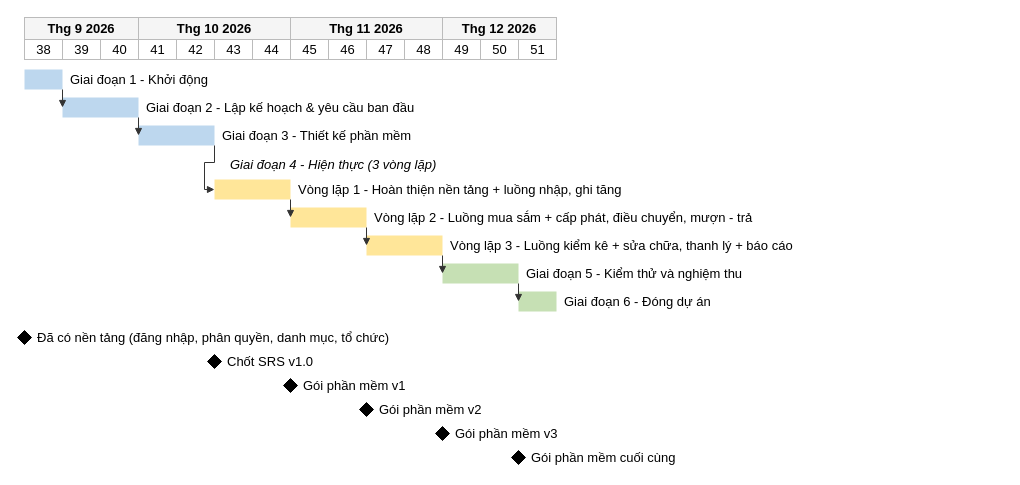
This is docs/VN/diagram/Report 2/Tien do du an/Tien do du an.drawio from LuuDong2004/SEP490_G123_SFEMS, a draw.io file, before an edit. Source tidied: cells renumbered, new cells numbered last; positions are measured from the earlier drawing's top-left corner, leaving out a move shared by most shapes. Both pictures are drawn from the tidied source at 100%, with x=0, y=0 at pixel (17, 17).
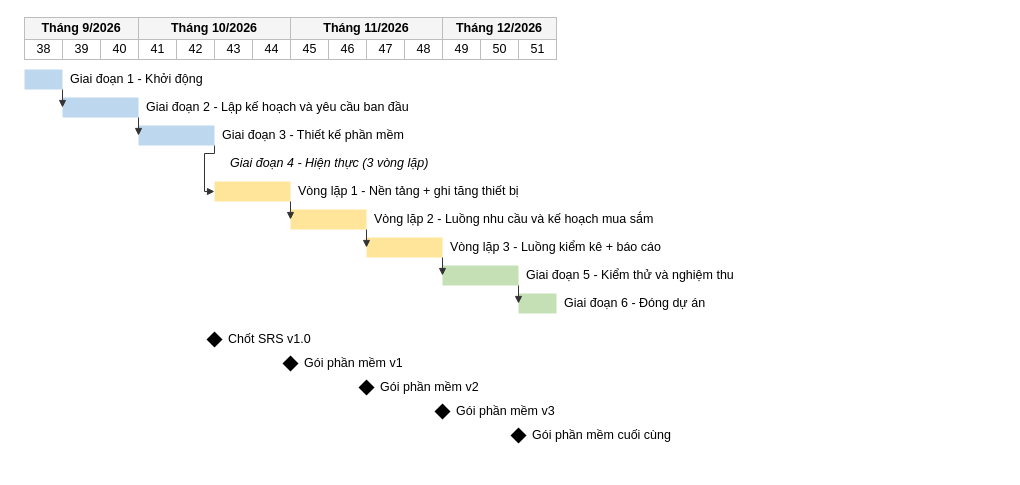
Above is the later version.

Unchanged cells that the change refers to:
```xml
<mxCell id="20" style="rounded=0;fillColor=#BDD7EE;strokeColor=none;" parent="1" vertex="1">
  <mxGeometry x="7" y="52" width="38" height="20" as="geometry" />
</mxCell>
<mxCell id="22" style="rounded=0;fillColor=#BDD7EE;strokeColor=none;" parent="1" vertex="1">
  <mxGeometry x="45" y="80" width="76" height="20" as="geometry" />
</mxCell>
<mxCell id="25" style="rounded=0;fillColor=#BDD7EE;strokeColor=none;" parent="1" vertex="1">
  <mxGeometry x="121" y="108" width="76" height="20" as="geometry" />
</mxCell>
```

What changed in the source:
```diff
@@
-    <mxCell id="2" value="Thg 9 2026" style="rounded=0;whiteSpace=wrap;fillColor=#F5F5F5;strokeColor=#BBBBBB;fontStyle=1;fontFamily=Arial;fontSize=13;html=1;" parent="1" vertex="1">
+    <mxCell id="2" value="Tháng 9/2026" style="rounded=0;whiteSpace=wrap;fillColor=#F5F5F5;strokeColor=#BDBDBD;fontStyle=1;fontFamily=Arial;fontSize=12.5;html=1;" parent="1" vertex="1">
       <mxGeometry x="7" width="114" height="22" as="geometry" />
     </mxCell>
-    <mxCell id="3" value="Thg 10 2026" style="rounded=0;whiteSpace=wrap;fillColor=#F5F5F5;strokeColor=#BBBBBB;fontStyle=1;fontFamily=Arial;fontSize=13;html=1;" parent="1" vertex="1">
+    <mxCell id="3" value="Tháng 10/2026" style="rounded=0;whiteSpace=wrap;fillColor=#F5F5F5;strokeColor=#BDBDBD;fontStyle=1;fontFamily=Arial;fontSize=12.5;html=1;" parent="1" vertex="1">
       <mxGeometry x="121" width="152" height="22" as="geometry" />
     </mxCell>
-    <mxCell id="4" value="Thg 11 2026" style="rounded=0;whiteSpace=wrap;fillColor=#F5F5F5;strokeColor=#BBBBBB;fontStyle=1;fontFamily=Arial;fontSize=13;html=1;" parent="1" vertex="1">
+    <mxCell id="4" value="Tháng 11/2026" style="rounded=0;whiteSpace=wrap;fillColor=#F5F5F5;strokeColor=#BDBDBD;fontStyle=1;fontFamily=Arial;fontSize=12.5;html=1;" parent="1" vertex="1">
       <mxGeometry x="273" width="152" height="22" as="geometry" />
     </mxCell>
-    <mxCell id="5" value="Thg 12 2026" style="rounded=0;whiteSpace=wrap;fillColor=#F5F5F5;strokeColor=#BBBBBB;fontStyle=1;fontFamily=Arial;fontSize=13;html=1;" parent="1" vertex="1">
+    <mxCell id="5" value="Tháng 12/2026" style="rounded=0;whiteSpace=wrap;fillColor=#F5F5F5;strokeColor=#BDBDBD;fontStyle=1;fontFamily=Arial;fontSize=12.5;html=1;" parent="1" vertex="1">
       <mxGeometry x="425" width="114" height="22" as="geometry" />
     </mxCell>
-    <mxCell id="6" value="38" style="rounded=0;fillColor=#FFFFFF;strokeColor=#BBBBBB;fontFamily=Arial;fontSize=13;html=1;" parent="1" vertex="1">
+    <mxCell id="6" value="38" style="rounded=0;fillColor=#FFFFFF;strokeColor=#BDBDBD;fontFamily=Arial;fontSize=12.5;html=1;" parent="1" vertex="1">
       <mxGeometry x="7" y="22" width="38" height="20" as="geometry" />
     </mxCell>
-    <mxCell id="7" value="39" style="rounded=0;fillColor=#FFFFFF;strokeColor=#BBBBBB;fontFamily=Arial;fontSize=13;html=1;" parent="1" vertex="1">
+    <mxCell id="7" value="39" style="rounded=0;fillColor=#FFFFFF;strokeColor=#BDBDBD;fontFamily=Arial;fontSize=12.5;html=1;" parent="1" vertex="1">
       <mxGeometry x="45" y="22" width="38" height="20" as="geometry" />
     </mxCell>
-    <mxCell id="8" value="40" style="rounded=0;fillColor=#FFFFFF;strokeColor=#BBBBBB;fontFamily=Arial;fontSize=13;html=1;" parent="1" vertex="1">
+    <mxCell id="8" value="40" style="rounded=0;fillColor=#FFFFFF;strokeColor=#BDBDBD;fontFamily=Arial;fontSize=12.5;html=1;" parent="1" vertex="1">
       <mxGeometry x="83" y="22" width="38" height="20" as="geometry" />
     </mxCell>
-    <mxCell id="9" value="41" style="rounded=0;fillColor=#FFFFFF;strokeColor=#BBBBBB;fontFamily=Arial;fontSize=13;html=1;" parent="1" vertex="1">
+    <mxCell id="9" value="41" style="rounded=0;fillColor=#FFFFFF;strokeColor=#BDBDBD;fontFamily=Arial;fontSize=12.5;html=1;" parent="1" vertex="1">
       <mxGeometry x="121" y="22" width="38" height="20" as="geometry" />
     </mxCell>
-    <mxCell id="10" value="42" style="rounded=0;fillColor=#FFFFFF;strokeColor=#BBBBBB;fontFamily=Arial;fontSize=13;html=1;" parent="1" vertex="1">
+    <mxCell id="10" value="42" style="rounded=0;fillColor=#FFFFFF;strokeColor=#BDBDBD;fontFamily=Arial;fontSize=12.5;html=1;" parent="1" vertex="1">
       <mxGeometry x="159" y="22" width="38" height="20" as="geometry" />
     </mxCell>
-    <mxCell id="11" value="43" style="rounded=0;fillColor=#FFFFFF;strokeColor=#BBBBBB;fontFamily=Arial;fontSize=13;html=1;" parent="1" vertex="1">
+    <mxCell id="11" value="43" style="rounded=0;fillColor=#FFFFFF;strokeColor=#BDBDBD;fontFamily=Arial;fontSize=12.5;html=1;" parent="1" vertex="1">
       <mxGeometry x="197" y="22" width="38" height="20" as="geometry" />
     </mxCell>
-    <mxCell id="12" value="44" style="rounded=0;fillColor=#FFFFFF;strokeColor=#BBBBBB;fontFamily=Arial;fontSize=13;html=1;" parent="1" vertex="1">
+    <mxCell id="12" value="44" style="rounded=0;fillColor=#FFFFFF;strokeColor=#BDBDBD;fontFamily=Arial;fontSize=12.5;html=1;" parent="1" vertex="1">
       <mxGeometry x="235" y="22" width="38" height="20" as="geometry" />
     </mxCell>
-    <mxCell id="13" value="45" style="rounded=0;fillColor=#FFFFFF;strokeColor=#BBBBBB;fontFamily=Arial;fontSize=13;html=1;" parent="1" vertex="1">
+    <mxCell id="13" value="45" style="rounded=0;fillColor=#FFFFFF;strokeColor=#BDBDBD;fontFamily=Arial;fontSize=12.5;html=1;" parent="1" vertex="1">
       <mxGeometry x="273" y="22" width="38" height="20" as="geometry" />
     </mxCell>
-    <mxCell id="14" value="46" style="rounded=0;fillColor=#FFFFFF;strokeColor=#BBBBBB;fontFamily=Arial;fontSize=13;html=1;" parent="1" vertex="1">
+    <mxCell id="14" value="46" style="rounded=0;fillColor=#FFFFFF;strokeColor=#BDBDBD;fontFamily=Arial;fontSize=12.5;html=1;" parent="1" vertex="1">
       <mxGeometry x="311" y="22" width="38" height="20" as="geometry" />
     </mxCell>
-    <mxCell id="15" value="47" style="rounded=0;fillColor=#FFFFFF;strokeColor=#BBBBBB;fontFamily=Arial;fontSize=13;html=1;" parent="1" vertex="1">
+    <mxCell id="15" value="47" style="rounded=0;fillColor=#FFFFFF;strokeColor=#BDBDBD;fontFamily=Arial;fontSize=12.5;html=1;" parent="1" vertex="1">
       <mxGeometry x="349" y="22" width="38" height="20" as="geometry" />
     </mxCell>
-    <mxCell id="16" value="48" style="rounded=0;fillColor=#FFFFFF;strokeColor=#BBBBBB;fontFamily=Arial;fontSize=13;html=1;" parent="1" vertex="1">
+    <mxCell id="16" value="48" style="rounded=0;fillColor=#FFFFFF;strokeColor=#BDBDBD;fontFamily=Arial;fontSize=12.5;html=1;" parent="1" vertex="1">
       <mxGeometry x="387" y="22" width="38" height="20" as="geometry" />
     </mxCell>
-    <mxCell id="17" value="49" style="rounded=0;fillColor=#FFFFFF;strokeColor=#BBBBBB;fontFamily=Arial;fontSize=13;html=1;" parent="1" vertex="1">
+    <mxCell id="17" value="49" style="rounded=0;fillColor=#FFFFFF;strokeColor=#BDBDBD;fontFamily=Arial;fontSize=12.5;html=1;" parent="1" vertex="1">
       <mxGeometry x="425" y="22" width="38" height="20" as="geometry" />
     </mxCell>
-    <mxCell id="18" value="50" style="rounded=0;fillColor=#FFFFFF;strokeColor=#BBBBBB;fontFamily=Arial;fontSize=13;html=1;" parent="1" vertex="1">
+    <mxCell id="18" value="50" style="rounded=0;fillColor=#FFFFFF;strokeColor=#BDBDBD;fontFamily=Arial;fontSize=12.5;html=1;" parent="1" vertex="1">
       <mxGeometry x="463" y="22" width="38" height="20" as="geometry" />
     </mxCell>
-    <mxCell id="19" value="51" style="rounded=0;fillColor=#FFFFFF;strokeColor=#BBBBBB;fontFamily=Arial;fontSize=13;html=1;" parent="1" vertex="1">
+    <mxCell id="19" value="51" style="rounded=0;fillColor=#FFFFFF;strokeColor=#BDBDBD;fontFamily=Arial;fontSize=12.5;html=1;" parent="1" vertex="1">
       <mxGeometry x="501" y="22" width="38" height="20" as="geometry" />
     </mxCell>
@@
-    <mxCell id="21" value="Giai đoạn 1 - Khởi động" style="text;align=left;verticalAlign=middle;fontFamily=Arial;fontSize=13;html=1;" parent="1" vertex="1">
-      <mxGeometry x="51" y="52" width="420" height="20" as="geometry" />
+    <mxCell id="21" value="Giai đoạn 1 - Khởi động" style="text;align=left;verticalAlign=middle;spacingLeft=0;fontFamily=Arial;fontSize=12.5;html=1;" parent="1" vertex="1">
+      <mxGeometry x="51" y="52" width="440" height="20" as="geometry" />
     </mxCell>
@@
-    <mxCell id="23" value="Giai đoạn 2 - Lập kế hoạch &amp; yêu cầu ban đầu" style="text;align=left;verticalAlign=middle;fontFamily=Arial;fontSize=13;html=1;" parent="1" vertex="1">
-      <mxGeometry x="127" y="80" width="420" height="20" as="geometry" />
+    <mxCell id="23" value="Giai đoạn 2 - Lập kế hoạch và yêu cầu ban đầu" style="text;align=left;verticalAlign=middle;spacingLeft=0;fontFamily=Arial;fontSize=12.5;html=1;" parent="1" vertex="1">
+      <mxGeometry x="127" y="80" width="440" height="20" as="geometry" />
     </mxCell>
-    <mxCell id="24" style="edgeStyle=orthogonalEdgeStyle;rounded=0;endArrow=block;endSize=5;strokeColor=#333333;exitX=1;exitY=1;entryX=0;entryY=0.5;" parent="1" edge="1" source="20" target="22">
+    <mxCell id="24" style="edgeStyle=orthogonalEdgeStyle;rounded=0;endArrow=block;endFill=1;endSize=5;strokeColor=#333333;exitX=1;exitY=1;exitDx=0;exitDy=0;entryX=0;entryY=0.5;entryDx=0;entryDy=0;" parent="1" edge="1" source="20" target="22">
       <mxGeometry relative="1" as="geometry" />
     </mxCell>
@@
-    <mxCell id="26" value="Giai đoạn 3 - Thiết kế phần mềm" style="text;align=left;verticalAlign=middle;fontFamily=Arial;fontSize=13;html=1;" parent="1" vertex="1">
-      <mxGeometry x="203" y="108" width="420" height="20" as="geometry" />
+    <mxCell id="26" value="Giai đoạn 3 - Thiết kế phần mềm" style="text;align=left;verticalAlign=middle;spacingLeft=0;fontFamily=Arial;fontSize=12.5;html=1;" parent="1" vertex="1">
+      <mxGeometry x="203" y="108" width="440" height="20" as="geometry" />
     </mxCell>
-    <mxCell id="27" style="edgeStyle=orthogonalEdgeStyle;rounded=0;endArrow=block;endSize=5;strokeColor=#333333;exitX=1;exitY=1;entryX=0;entryY=0.5;" parent="1" edge="1" source="22" target="25">
+    <mxCell id="27" style="edgeStyle=orthogonalEdgeStyle;rounded=0;endArrow=block;endFill=1;endSize=5;strokeColor=#333333;exitX=1;exitY=1;exitDx=0;exitDy=0;entryX=0;entryY=0.5;entryDx=0;entryDy=0;" parent="1" edge="1" source="22" target="25">
       <mxGeometry relative="1" as="geometry" />
     </mxCell>
-    <mxCell id="28" value="Giai đoạn 4 - Hiện thực (3 vòng lặp)" style="text;align=left;verticalAlign=middle;fontFamily=Arial;fontSize=13;html=1;fontStyle=2;" parent="1" vertex="1">
-      <mxGeometry x="211" y="136" width="300" height="22" as="geometry" />
-    </mxCell>
-    <mxCell id="29" style="rounded=0;fillColor=#FFE699;strokeColor=none;" parent="1" vertex="1">
-      <mxGeometry x="197" y="162" width="76" height="20" as="geometry" />
+    <mxCell id="29" style="rounded=0;fillColor=#FFE599;strokeColor=none;" parent="1" vertex="1">
+      <mxGeometry x="197" y="164" width="76" height="20" as="geometry" />
     </mxCell>
-    <mxCell id="30" value="Vòng lặp 1 - Hoàn thiện nền tảng + luồng nhập, ghi tăng" style="text;align=left;verticalAlign=middle;fontFamily=Arial;fontSize=13;html=1;" parent="1" vertex="1">
-      <mxGeometry x="279" y="162" width="420" height="20" as="geometry" />
+    <mxCell id="30" value="Vòng lặp 1 - Nền tảng + ghi tăng thiết bị" style="text;align=left;verticalAlign=middle;spacingLeft=0;fontFamily=Arial;fontSize=12.5;html=1;" parent="1" vertex="1">
+      <mxGeometry x="279" y="164" width="440" height="20" as="geometry" />
     </mxCell>
-    <mxCell id="31" style="edgeStyle=orthogonalEdgeStyle;rounded=0;endArrow=block;endSize=5;strokeColor=#333333;exitX=1;exitY=1;entryX=0;entryY=0.5;" parent="1" edge="1" source="25" target="29">
-      <mxGeometry relative="1" as="geometry" />
+    <mxCell id="31" style="edgeStyle=orthogonalEdgeStyle;rounded=0;endArrow=block;endFill=1;endSize=5;strokeColor=#333333;exitX=1;exitY=1;exitDx=0;exitDy=0;entryX=0;entryY=0.5;entryDx=0;entryDy=0;" parent="1" edge="1" source="25" target="29">
+      <mxGeometry relative="1" as="geometry">
+        <Array as="points">
+          <mxPoint x="187" y="136" />
+          <mxPoint x="187" y="174" />
+        </Array>
+      </mxGeometry>
     </mxCell>
-    <mxCell id="32" style="rounded=0;fillColor=#FFE699;strokeColor=none;" parent="1" vertex="1">
-      <mxGeometry x="273" y="190" width="76" height="20" as="geometry" />
+    <mxCell id="32" style="rounded=0;fillColor=#FFE599;strokeColor=none;" parent="1" vertex="1">
+      <mxGeometry x="273" y="192" width="76" height="20" as="geometry" />
     </mxCell>
-    <mxCell id="33" value="Vòng lặp 2 - Luồng mua sắm + cấp phát, điều chuyển, mượn - trả" style="text;align=left;verticalAlign=middle;fontFamily=Arial;fontSize=13;html=1;" parent="1" vertex="1">
-      <mxGeometry x="355" y="190" width="420" height="20" as="geometry" />
+    <mxCell id="33" value="Vòng lặp 2 - Luồng nhu cầu và kế hoạch mua sắm" style="text;align=left;verticalAlign=middle;spacingLeft=0;fontFamily=Arial;fontSize=12.5;html=1;" parent="1" vertex="1">
+      <mxGeometry x="355" y="192" width="440" height="20" as="geometry" />
     </mxCell>
-    <mxCell id="34" style="edgeStyle=orthogonalEdgeStyle;rounded=0;endArrow=block;endSize=5;strokeColor=#333333;exitX=1;exitY=1;entryX=0;entryY=0.5;" parent="1" edge="1" source="29" target="32">
+    <mxCell id="34" style="edgeStyle=orthogonalEdgeStyle;rounded=0;endArrow=block;endFill=1;endSize=5;strokeColor=#333333;exitX=1;exitY=1;exitDx=0;exitDy=0;entryX=0;entryY=0.5;entryDx=0;entryDy=0;" parent="1" edge="1" source="29" target="32">
       <mxGeometry relative="1" as="geometry" />
     </mxCell>
-    <mxCell id="35" style="rounded=0;fillColor=#FFE699;strokeColor=none;" parent="1" vertex="1">
-      <mxGeometry x="349" y="218" width="76" height="20" as="geometry" />
+    <mxCell id="35" style="rounded=0;fillColor=#FFE599;strokeColor=none;" parent="1" vertex="1">
+      <mxGeometry x="349" y="220" width="76" height="20" as="geometry" />
     </mxCell>
-    <mxCell id="36" value="Vòng lặp 3 - Luồng kiểm kê + sửa chữa, thanh lý + báo cáo" style="text;align=left;verticalAlign=middle;fontFamily=Arial;fontSize=13;html=1;" parent="1" vertex="1">
-      <mxGeometry x="431" y="218" width="420" height="20" as="geometry" />
+    <mxCell id="36" value="Vòng lặp 3 - Luồng kiểm kê + báo cáo" style="text;align=left;verticalAlign=middle;spacingLeft=0;fontFamily=Arial;fontSize=12.5;html=1;" parent="1" vertex="1">
+      <mxGeometry x="431" y="220" width="440" height="20" as="geometry" />
     </mxCell>
-    <mxCell id="37" style="edgeStyle=orthogonalEdgeStyle;rounded=0;endArrow=block;endSize=5;strokeColor=#333333;exitX=1;exitY=1;entryX=0;entryY=0.5;" parent="1" edge="1" source="32" target="35">
+    <mxCell id="37" style="edgeStyle=orthogonalEdgeStyle;rounded=0;endArrow=block;endFill=1;endSize=5;strokeColor=#333333;exitX=1;exitY=1;exitDx=0;exitDy=0;entryX=0;entryY=0.5;entryDx=0;entryDy=0;" parent="1" edge="1" source="32" target="35">
       <mxGeometry relative="1" as="geometry" />
     </mxCell>
-    <mxCell id="38" style="rounded=0;fillColor=#C6E0B4;strokeColor=none;" parent="1" vertex="1">
-      <mxGeometry x="425" y="246" width="76" height="20" as="geometry" />
+    <mxCell id="38" style="rounded=0;fillColor=#C5E0B4;strokeColor=none;" parent="1" vertex="1">
+      <mxGeometry x="425" y="248" width="76" height="20" as="geometry" />
     </mxCell>
-    <mxCell id="39" value="Giai đoạn 5 - Kiểm thử và nghiệm thu" style="text;align=left;verticalAlign=middle;fontFamily=Arial;fontSize=13;html=1;" parent="1" vertex="1">
-      <mxGeometry x="507" y="246" width="420" height="20" as="geometry" />
+    <mxCell id="39" value="Giai đoạn 5 - Kiểm thử và nghiệm thu" style="text;align=left;verticalAlign=middle;spacingLeft=0;fontFamily=Arial;fontSize=12.5;html=1;" parent="1" vertex="1">
+      <mxGeometry x="507" y="248" width="440" height="20" as="geometry" />
     </mxCell>
-    <mxCell id="40" style="edgeStyle=orthogonalEdgeStyle;rounded=0;endArrow=block;endSize=5;strokeColor=#333333;exitX=1;exitY=1;entryX=0;entryY=0.5;" parent="1" edge="1" source="35" target="38">
+    <mxCell id="40" style="edgeStyle=orthogonalEdgeStyle;rounded=0;endArrow=block;endFill=1;endSize=5;strokeColor=#333333;exitX=1;exitY=1;exitDx=0;exitDy=0;entryX=0;entryY=0.5;entryDx=0;entryDy=0;" parent="1" edge="1" source="35" target="38">
       <mxGeometry relative="1" as="geometry" />
     </mxCell>
-    <mxCell id="41" style="rounded=0;fillColor=#C6E0B4;strokeColor=none;" parent="1" vertex="1">
-      <mxGeometry x="501" y="274" width="38" height="20" as="geometry" />
+    <mxCell id="41" style="rounded=0;fillColor=#C5E0B4;strokeColor=none;" parent="1" vertex="1">
+      <mxGeometry x="501" y="276" width="38" height="20" as="geometry" />
     </mxCell>
-    <mxCell id="42" value="Giai đoạn 6 - Đóng dự án" style="text;align=left;verticalAlign=middle;fontFamily=Arial;fontSize=13;html=1;" parent="1" vertex="1">
-      <mxGeometry x="545" y="274" width="420" height="20" as="geometry" />
+    <mxCell id="42" value="Giai đoạn 6 - Đóng dự án" style="text;align=left;verticalAlign=middle;spacingLeft=0;fontFamily=Arial;fontSize=12.5;html=1;" parent="1" vertex="1">
+      <mxGeometry x="545" y="276" width="440" height="20" as="geometry" />
     </mxCell>
-    <mxCell id="43" style="edgeStyle=orthogonalEdgeStyle;rounded=0;endArrow=block;endSize=5;strokeColor=#333333;exitX=1;exitY=1;entryX=0;entryY=0.5;" parent="1" edge="1" source="38" target="41">
+    <mxCell id="43" style="edgeStyle=orthogonalEdgeStyle;rounded=0;endArrow=block;endFill=1;endSize=5;strokeColor=#333333;exitX=1;exitY=1;exitDx=0;exitDy=0;entryX=0;entryY=0.5;entryDx=0;entryDy=0;" parent="1" edge="1" source="38" target="41">
       <mxGeometry relative="1" as="geometry" />
     </mxCell>
+    <mxCell id="28" value="Giai đoạn 4 - Hiện thực (3 vòng lặp)" style="text;align=left;verticalAlign=middle;fontStyle=2;fontFamily=Arial;fontSize=12.5;html=1;" parent="1" vertex="1">
+      <mxGeometry x="211" y="136" width="360" height="20" as="geometry" />
+    </mxCell>
-    <mxCell id="44" style="rhombus;fillColor=#000000;strokeColor=#000000;" parent="1" vertex="1">
-      <mxGeometry y="313" width="14" height="14" as="geometry" />
+    <mxCell id="44" style="rhombus;fillColor=#000000;strokeColor=none;" parent="1" vertex="1">
+      <mxGeometry x="189" y="314" width="16" height="16" as="geometry" />
     </mxCell>
-    <mxCell id="45" value="Đã có nền tảng (đăng nhập, phân quyền, danh mục, tổ chức)" style="text;align=left;verticalAlign=middle;fontFamily=Arial;fontSize=13;html=1;" parent="1" vertex="1">
-      <mxGeometry x="18" y="310" width="420" height="20" as="geometry" />
+    <mxCell id="45" value="Chốt SRS v1.0" style="text;align=left;verticalAlign=middle;fontFamily=Arial;fontSize=12.5;html=1;" parent="1" vertex="1">
+      <mxGeometry x="209" y="312" width="360" height="20" as="geometry" />
     </mxCell>
-    <mxCell id="46" style="rhombus;fillColor=#000000;strokeColor=#000000;" parent="1" vertex="1">
-      <mxGeometry x="190" y="337" width="14" height="14" as="geometry" />
+    <mxCell id="46" style="rhombus;fillColor=#000000;strokeColor=none;" parent="1" vertex="1">
+      <mxGeometry x="265" y="338" width="16" height="16" as="geometry" />
     </mxCell>
-    <mxCell id="47" value="Chốt SRS v1.0" style="text;align=left;verticalAlign=middle;fontFamily=Arial;fontSize=13;html=1;" parent="1" vertex="1">
-      <mxGeometry x="208" y="334" width="420" height="20" as="geometry" />
+    <mxCell id="47" value="Gói phần mềm v1" style="text;align=left;verticalAlign=middle;fontFamily=Arial;fontSize=12.5;html=1;" parent="1" vertex="1">
+      <mxGeometry x="285" y="336" width="360" height="20" as="geometry" />
     </mxCell>
-    <mxCell id="48" style="rhombus;fillColor=#000000;strokeColor=#000000;" parent="1" vertex="1">
-      <mxGeometry x="266" y="361" width="14" height="14" as="geometry" />
+    <mxCell id="48" style="rhombus;fillColor=#000000;strokeColor=none;" parent="1" vertex="1">
+      <mxGeometry x="341" y="362" width="16" height="16" as="geometry" />
     </mxCell>
-    <mxCell id="49" value="Gói phần mềm v1" style="text;align=left;verticalAlign=middle;fontFamily=Arial;fontSize=13;html=1;" parent="1" vertex="1">
-      <mxGeometry x="284" y="358" width="420" height="20" as="geometry" />
+    <mxCell id="49" value="Gói phần mềm v2" style="text;align=left;verticalAlign=middle;fontFamily=Arial;fontSize=12.5;html=1;" parent="1" vertex="1">
+      <mxGeometry x="361" y="360" width="360" height="20" as="geometry" />
     </mxCell>
-    <mxCell id="50" style="rhombus;fillColor=#000000;strokeColor=#000000;" parent="1" vertex="1">
-      <mxGeometry x="342" y="385" width="14" height="14" as="geometry" />
+    <mxCell id="50" style="rhombus;fillColor=#000000;strokeColor=none;" parent="1" vertex="1">
+      <mxGeometry x="417" y="386" width="16" height="16" as="geometry" />
     </mxCell>
-    <mxCell id="51" value="Gói phần mềm v2" style="text;align=left;verticalAlign=middle;fontFamily=Arial;fontSize=13;html=1;" parent="1" vertex="1">
-      <mxGeometry x="360" y="382" width="420" height="20" as="geometry" />
+    <mxCell id="51" value="Gói phần mềm v3" style="text;align=left;verticalAlign=middle;fontFamily=Arial;fontSize=12.5;html=1;" parent="1" vertex="1">
+      <mxGeometry x="437" y="384" width="360" height="20" as="geometry" />
     </mxCell>
-    <mxCell id="52" style="rhombus;fillColor=#000000;strokeColor=#000000;" parent="1" vertex="1">
-      <mxGeometry x="418" y="409" width="14" height="14" as="geometry" />
+    <mxCell id="52" style="rhombus;fillColor=#000000;strokeColor=none;" parent="1" vertex="1">
+      <mxGeometry x="493" y="410" width="16" height="16" as="geometry" />
     </mxCell>
-    <mxCell id="53" value="Gói phần mềm v3" style="text;align=left;verticalAlign=middle;fontFamily=Arial;fontSize=13;html=1;" parent="1" vertex="1">
-      <mxGeometry x="436" y="406" width="420" height="20" as="geometry" />
+    <mxCell id="53" value="Gói phần mềm cuối cùng" style="text;align=left;verticalAlign=middle;fontFamily=Arial;fontSize=12.5;html=1;" parent="1" vertex="1">
+      <mxGeometry x="513" y="408" width="360" height="20" as="geometry" />
     </mxCell>
-    <mxCell id="54" style="rhombus;fillColor=#000000;strokeColor=#000000;" parent="1" vertex="1">
-      <mxGeometry x="494" y="433" width="14" height="14" as="geometry" />
-    </mxCell>
-    <mxCell id="55" value="Gói phần mềm cuối cùng" style="text;align=left;verticalAlign=middle;fontFamily=Arial;fontSize=13;html=1;" parent="1" vertex="1">
-      <mxGeometry x="512" y="430" width="420" height="20" as="geometry" />
-    </mxCell>
```
